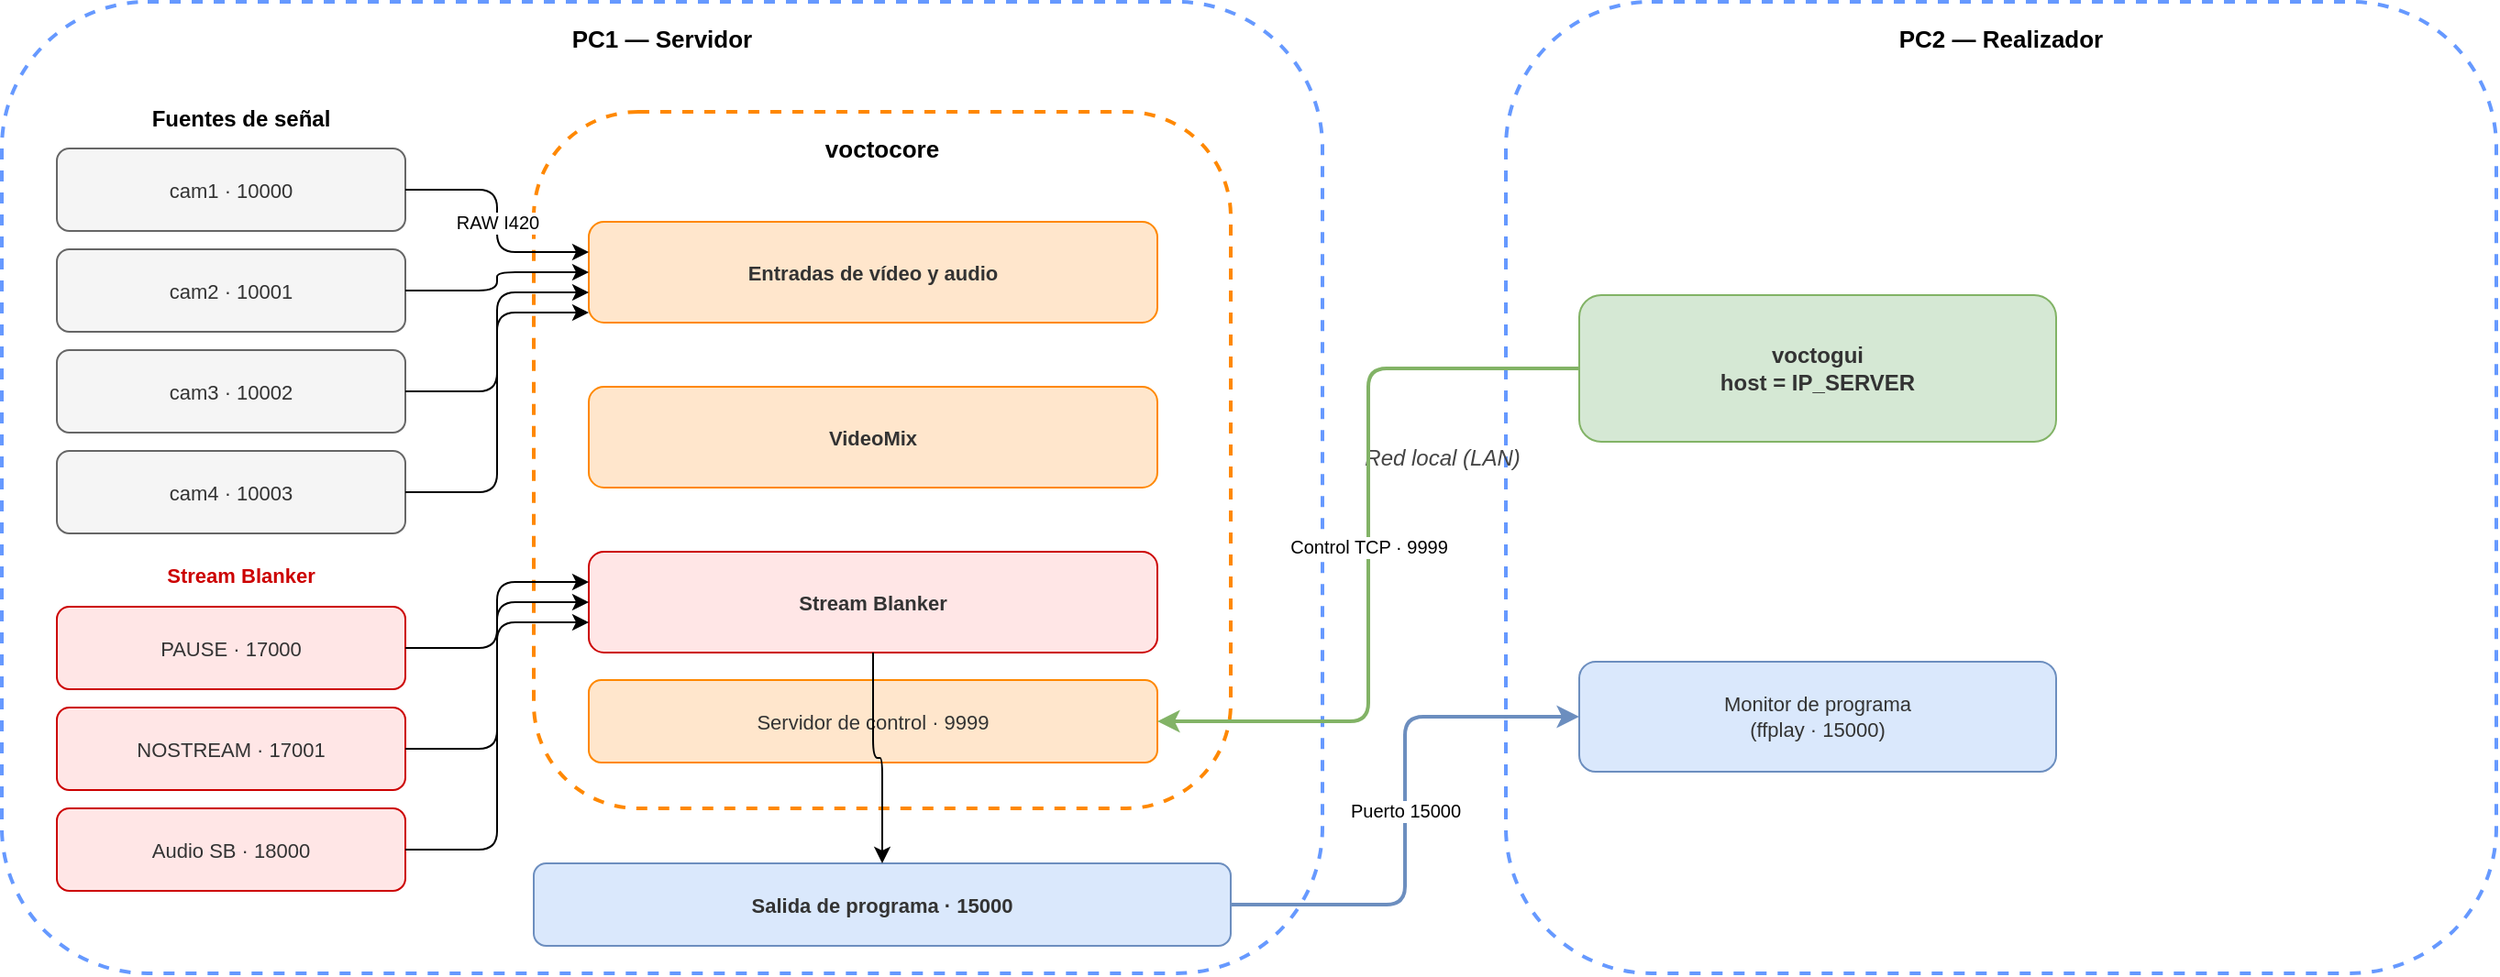
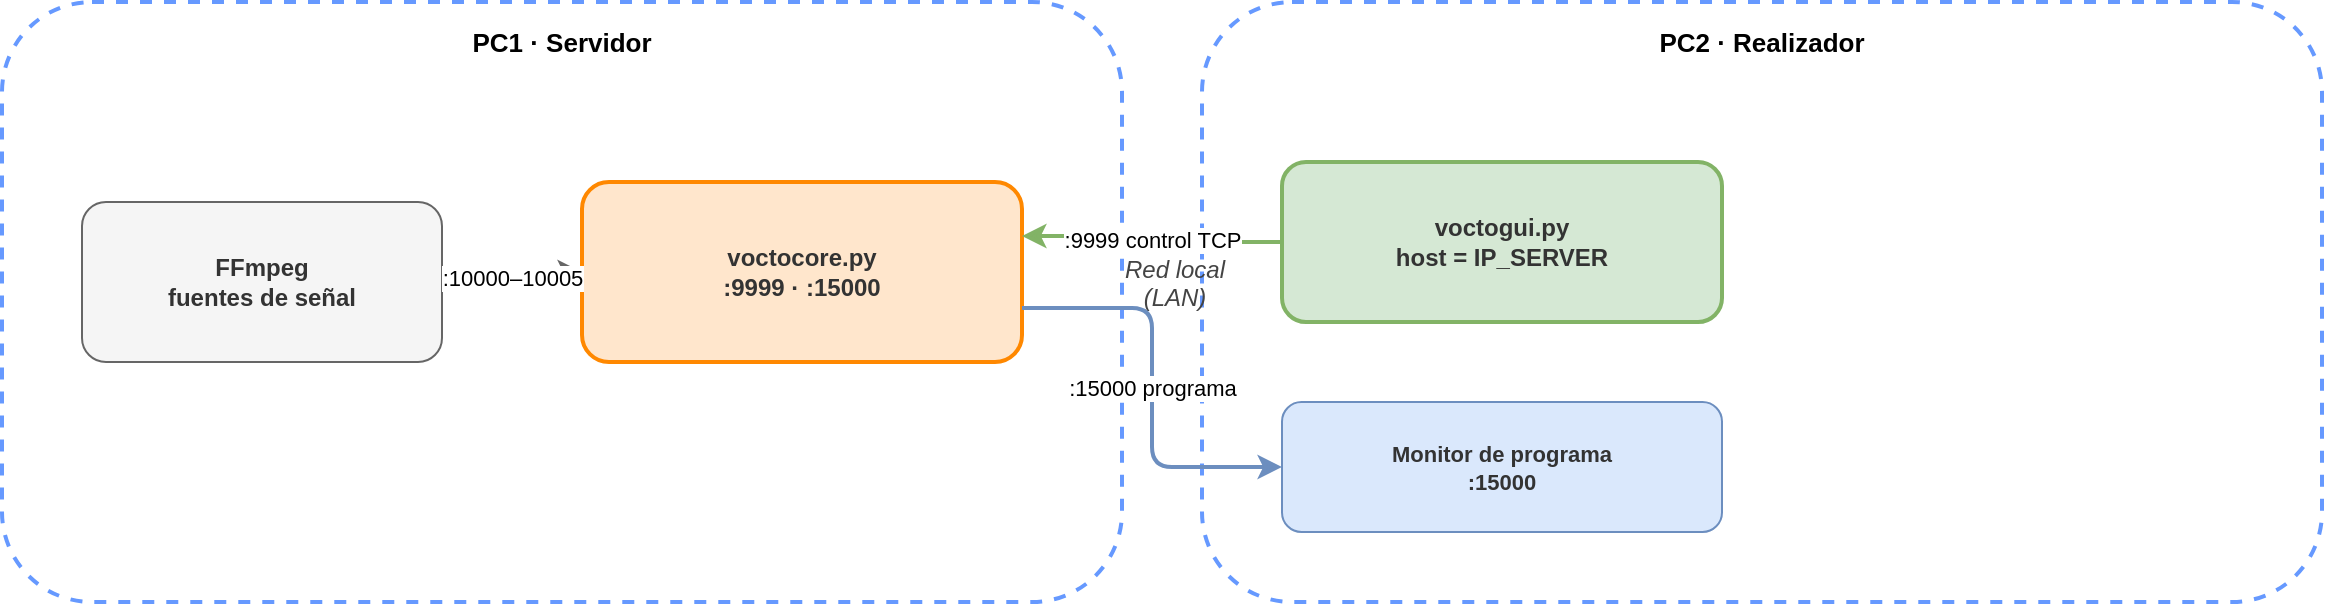
<mxfile host="app.diagrams.net">
  <diagram id="escenario_2pc" name="Escenario 2 PCs">
-     <mxGraphModel dx="1400" dy="680" grid="1" gridSize="10" guides="1" tooltips="1" connect="1" arrows="1" fold="1" page="1" pageScale="1" pageWidth="1400" pageHeight="580" math="0" shadow="0">
+     <mxGraphModel dx="1200" dy="380" grid="1" gridSize="10" guides="1" tooltips="1" connect="1" arrows="1" fold="1" page="1" pageScale="1" pageWidth="1200" pageHeight="340" math="0" shadow="0">
      <root>
        <mxCell id="0"/>
        <mxCell id="1" parent="0"/>

-         <!-- ── PC1 container ── -->
-         <mxCell id="pc1_box" value="PC1 — Servidor" style="rounded=1;whiteSpace=wrap;html=1;fillColor=none;strokeColor=#6699FF;strokeWidth=2;dashed=1;fontSize=13;fontStyle=1;verticalAlign=top;spacingTop=6;align=center;" vertex="1" parent="1">
-           <mxGeometry x="20" y="20" width="720" height="530" as="geometry"/>
+         <!-- PC1 container -->
+         <mxCell id="pc1" value="PC1 · Servidor" style="rounded=1;whiteSpace=wrap;html=1;fillColor=none;strokeColor=#6699FF;strokeWidth=2;dashed=1;fontSize=13;fontStyle=1;verticalAlign=top;spacingTop=6;align=center;" vertex="1" parent="1">
+           <mxGeometry x="20" y="20" width="560" height="300" as="geometry"/>
        </mxCell>

-         <!-- ── PC2 container ── -->
-         <mxCell id="pc2_box" value="PC2 — Realizador" style="rounded=1;whiteSpace=wrap;html=1;fillColor=none;strokeColor=#6699FF;strokeWidth=2;dashed=1;fontSize=13;fontStyle=1;verticalAlign=top;spacingTop=6;align=center;" vertex="1" parent="1">
-           <mxGeometry x="840" y="20" width="540" height="530" as="geometry"/>
+         <!-- PC2 container -->
+         <mxCell id="pc2" value="PC2 · Realizador" style="rounded=1;whiteSpace=wrap;html=1;fillColor=none;strokeColor=#6699FF;strokeWidth=2;dashed=1;fontSize=13;fontStyle=1;verticalAlign=top;spacingTop=6;align=center;" vertex="1" parent="1">
+           <mxGeometry x="620" y="20" width="560" height="300" as="geometry"/>
        </mxCell>

-         <!-- ── SECTION LABELS PC1 ── -->
-         <mxCell id="lbl_fuentes" value="Fuentes de señal" style="text;html=1;align=center;fontStyle=1;fontSize=12;" vertex="1" parent="1">
-           <mxGeometry x="50" y="70" width="200" height="20" as="geometry"/>
-         </mxCell>
-         <mxCell id="lbl_sb_title" value="Stream Blanker" style="text;html=1;align=center;fontStyle=1;fontSize=11;fontColor=#CC0000;" vertex="1" parent="1">
-           <mxGeometry x="50" y="320" width="200" height="20" as="geometry"/>
+         <!-- FFmpeg sources (PC1) -->
+         <mxCell id="ffmpeg" value="FFmpeg&#xa;fuentes de señal" style="rounded=1;whiteSpace=wrap;html=1;fillColor=#f5f5f5;strokeColor=#666666;fontColor=#333333;fontSize=12;fontStyle=1;" vertex="1" parent="1">
+           <mxGeometry x="60" y="120" width="180" height="80" as="geometry"/>
        </mxCell>

-         <!-- ── CAMERA SOURCES (PC1) ── -->
-         <mxCell id="cam1" value="cam1 · 10000" style="rounded=1;whiteSpace=wrap;html=1;fillColor=#f5f5f5;strokeColor=#666666;fontColor=#333333;fontSize=11;" vertex="1" parent="1">
-           <mxGeometry x="50" y="100" width="190" height="45" as="geometry"/>
-         </mxCell>
-         <mxCell id="cam2" value="cam2 · 10001" style="rounded=1;whiteSpace=wrap;html=1;fillColor=#f5f5f5;strokeColor=#666666;fontColor=#333333;fontSize=11;" vertex="1" parent="1">
-           <mxGeometry x="50" y="155" width="190" height="45" as="geometry"/>
-         </mxCell>
-         <mxCell id="cam3" value="cam3 · 10002" style="rounded=1;whiteSpace=wrap;html=1;fillColor=#f5f5f5;strokeColor=#666666;fontColor=#333333;fontSize=11;" vertex="1" parent="1">
-           <mxGeometry x="50" y="210" width="190" height="45" as="geometry"/>
-         </mxCell>
-         <mxCell id="cam4" value="cam4 · 10003" style="rounded=1;whiteSpace=wrap;html=1;fillColor=#f5f5f5;strokeColor=#666666;fontColor=#333333;fontSize=11;" vertex="1" parent="1">
-           <mxGeometry x="50" y="265" width="190" height="45" as="geometry"/>
+         <!-- voctocore (PC1) -->
+         <mxCell id="voctocore" value="voctocore.py&#xa;:9999 · :15000" style="rounded=1;whiteSpace=wrap;html=1;fillColor=#FFE6CC;strokeColor=#FF8800;fontColor=#333333;fontSize=12;fontStyle=1;strokeWidth=2;" vertex="1" parent="1">
+           <mxGeometry x="310" y="110" width="220" height="90" as="geometry"/>
        </mxCell>

-         <!-- ── STREAM BLANKER SOURCES (PC1) ── -->
-         <mxCell id="sb_pause" value="PAUSE · 17000" style="rounded=1;whiteSpace=wrap;html=1;fillColor=#ffe6e6;strokeColor=#CC0000;fontColor=#333333;fontSize=11;" vertex="1" parent="1">
-           <mxGeometry x="50" y="350" width="190" height="45" as="geometry"/>
-         </mxCell>
-         <mxCell id="sb_nostream" value="NOSTREAM · 17001" style="rounded=1;whiteSpace=wrap;html=1;fillColor=#ffe6e6;strokeColor=#CC0000;fontColor=#333333;fontSize=11;" vertex="1" parent="1">
-           <mxGeometry x="50" y="405" width="190" height="45" as="geometry"/>
-         </mxCell>
-         <mxCell id="sb_audio" value="Audio SB · 18000" style="rounded=1;whiteSpace=wrap;html=1;fillColor=#ffe6e6;strokeColor=#CC0000;fontColor=#333333;fontSize=11;" vertex="1" parent="1">
-           <mxGeometry x="50" y="460" width="190" height="45" as="geometry"/>
+         <!-- voctogui (PC2) -->
+         <mxCell id="voctogui" value="voctogui.py&#xa;host = IP_SERVER" style="rounded=1;whiteSpace=wrap;html=1;fillColor=#d5e8d4;strokeColor=#82b366;fontColor=#333333;fontSize=12;fontStyle=1;strokeWidth=2;" vertex="1" parent="1">
+           <mxGeometry x="660" y="100" width="220" height="80" as="geometry"/>
        </mxCell>

-         <!-- ── VOCTOCORE (PC1) ── -->
-         <mxCell id="voctocore_box" value="voctocore" style="rounded=1;whiteSpace=wrap;html=1;fillColor=none;strokeColor=#FF8800;strokeWidth=2;dashed=1;fontSize=13;fontStyle=1;verticalAlign=top;spacingTop=6;" vertex="1" parent="1">
-           <mxGeometry x="310" y="80" width="380" height="380" as="geometry"/>
-         </mxCell>
-         <mxCell id="av_inputs" value="Entradas de vídeo y audio" style="rounded=1;whiteSpace=wrap;html=1;fillColor=#FFE6CC;strokeColor=#FF8800;fontColor=#333333;fontSize=11;fontStyle=1;" vertex="1" parent="1">
-           <mxGeometry x="340" y="140" width="310" height="55" as="geometry"/>
-         </mxCell>
-         <mxCell id="vmix" value="VideoMix" style="rounded=1;whiteSpace=wrap;html=1;fillColor=#FFE6CC;strokeColor=#FF8800;fontColor=#333333;fontSize=11;fontStyle=1;" vertex="1" parent="1">
-           <mxGeometry x="340" y="230" width="310" height="55" as="geometry"/>
-         </mxCell>
-         <mxCell id="sb_module" value="Stream Blanker" style="rounded=1;whiteSpace=wrap;html=1;fillColor=#ffe6e6;strokeColor=#CC0000;fontColor=#333333;fontSize=11;fontStyle=1;" vertex="1" parent="1">
-           <mxGeometry x="340" y="320" width="310" height="55" as="geometry"/>
-         </mxCell>
-         <mxCell id="ctrl_server" value="Servidor de control · 9999" style="rounded=1;whiteSpace=wrap;html=1;fillColor=#FFE6CC;strokeColor=#FF8800;fontColor=#333333;fontSize=11;" vertex="1" parent="1">
-           <mxGeometry x="340" y="390" width="310" height="45" as="geometry"/>
+         <!-- Monitor (PC2) -->
+         <mxCell id="monitor" value="Monitor de programa&#xa;:15000" style="rounded=1;whiteSpace=wrap;html=1;fillColor=#dae8fc;strokeColor=#6c8ebf;fontColor=#333333;fontSize=11;fontStyle=1;" vertex="1" parent="1">
+           <mxGeometry x="660" y="220" width="220" height="65" as="geometry"/>
        </mxCell>

-         <!-- ── SALIDA PROGRAMA (PC1) ── -->
-         <mxCell id="out_program" value="Salida de programa · 15000" style="rounded=1;whiteSpace=wrap;html=1;fillColor=#dae8fc;strokeColor=#6c8ebf;fontColor=#333333;fontSize=11;fontStyle=1;" vertex="1" parent="1">
-           <mxGeometry x="310" y="490" width="380" height="45" as="geometry"/>
+         <!-- LAN label -->
+         <mxCell id="lan" value="Red local&#xa;(LAN)" style="text;html=1;align=center;fontStyle=2;fontSize=12;fontColor=#444444;" vertex="1" parent="1">
+           <mxGeometry x="566" y="140" width="80" height="40" as="geometry"/>
        </mxCell>

-         <!-- ── VOCTOGUI (PC2) ── -->
-         <mxCell id="voctogui" value="voctogui&#xa;host = IP_SERVER" style="rounded=1;whiteSpace=wrap;html=1;fillColor=#d5e8d4;strokeColor=#82b366;fontColor=#333333;fontSize=12;fontStyle=1;" vertex="1" parent="1">
-           <mxGeometry x="880" y="180" width="260" height="80" as="geometry"/>
-         </mxCell>
- 
-         <!-- ── MONITOR PROGRAMA (PC2) ── -->
-         <mxCell id="monitor" value="Monitor de programa&#xa;(ffplay · 15000)" style="rounded=1;whiteSpace=wrap;html=1;fillColor=#dae8fc;strokeColor=#6c8ebf;fontColor=#333333;fontSize=11;" vertex="1" parent="1">
-           <mxGeometry x="880" y="380" width="260" height="60" as="geometry"/>
-         </mxCell>
- 
-         <!-- ── LAN LABEL ── -->
-         <mxCell id="lan_label" value="Red local (LAN)" style="text;html=1;align=center;fontStyle=2;fontSize=12;fontColor=#444444;" vertex="1" parent="1">
-           <mxGeometry x="750" y="255" width="110" height="20" as="geometry"/>
-         </mxCell>
- 
-         <!-- ── ARROWS: sources → voctocore ── -->
-         <mxCell id="a1" value="RAW I420" style="edgeStyle=orthogonalEdgeStyle;html=1;fontSize=10;exitX=1;exitY=0.5;exitDx=0;exitDy=0;entryX=0;entryY=0.3;entryDx=0;entryDy=0;" edge="1" source="cam1" target="av_inputs" parent="1">
-           <mxGeometry relative="1" as="geometry"/>
-         </mxCell>
-         <mxCell id="a2" value="" style="edgeStyle=orthogonalEdgeStyle;html=1;exitX=1;exitY=0.5;exitDx=0;exitDy=0;entryX=0;entryY=0.5;entryDx=0;entryDy=0;" edge="1" source="cam2" target="av_inputs" parent="1">
-           <mxGeometry relative="1" as="geometry"/>
-         </mxCell>
-         <mxCell id="a3" value="" style="edgeStyle=orthogonalEdgeStyle;html=1;exitX=1;exitY=0.5;exitDx=0;exitDy=0;entryX=0;entryY=0.7;entryDx=0;entryDy=0;" edge="1" source="cam3" target="av_inputs" parent="1">
-           <mxGeometry relative="1" as="geometry"/>
-         </mxCell>
-         <mxCell id="a4" value="" style="edgeStyle=orthogonalEdgeStyle;html=1;exitX=1;exitY=0.5;exitDx=0;exitDy=0;entryX=0;entryY=0.9;entryDx=0;entryDy=0;" edge="1" source="cam4" target="av_inputs" parent="1">
-           <mxGeometry relative="1" as="geometry"/>
-         </mxCell>
-         <mxCell id="a_sb1" value="" style="edgeStyle=orthogonalEdgeStyle;html=1;exitX=1;exitY=0.5;exitDx=0;exitDy=0;entryX=0;entryY=0.3;entryDx=0;entryDy=0;" edge="1" source="sb_pause" target="sb_module" parent="1">
-           <mxGeometry relative="1" as="geometry"/>
-         </mxCell>
-         <mxCell id="a_sb2" value="" style="edgeStyle=orthogonalEdgeStyle;html=1;exitX=1;exitY=0.5;exitDx=0;exitDy=0;entryX=0;entryY=0.5;entryDx=0;entryDy=0;" edge="1" source="sb_nostream" target="sb_module" parent="1">
-           <mxGeometry relative="1" as="geometry"/>
-         </mxCell>
-         <mxCell id="a_sb3" value="" style="edgeStyle=orthogonalEdgeStyle;html=1;exitX=1;exitY=0.5;exitDx=0;exitDy=0;entryX=0;entryY=0.7;entryDx=0;entryDy=0;" edge="1" source="sb_audio" target="sb_module" parent="1">
+         <!-- Arrow: FFmpeg → voctocore -->
+         <mxCell id="a1" value=":10000–10005" style="edgeStyle=orthogonalEdgeStyle;html=1;fontSize=11;strokeWidth=2;strokeColor=#666666;exitX=1;exitY=0.5;exitDx=0;exitDy=0;entryX=0;entryY=0.5;entryDx=0;entryDy=0;" edge="1" source="ffmpeg" target="voctocore" parent="1">
          <mxGeometry relative="1" as="geometry"/>
        </mxCell>

-         <!-- ── ARROWS: voctocore → salida programa ── -->
-         <mxCell id="a_prog" value="" style="edgeStyle=orthogonalEdgeStyle;html=1;fontSize=10;" edge="1" source="sb_module" target="out_program" parent="1">
+         <!-- Arrow: voctogui → voctocore (control, LAN) -->
+         <mxCell id="a2" value=":9999 control TCP" style="edgeStyle=orthogonalEdgeStyle;html=1;fontSize=11;strokeWidth=2;strokeColor=#82b366;exitX=0;exitY=0.5;exitDx=0;exitDy=0;entryX=1;entryY=0.3;entryDx=0;entryDy=0;" edge="1" source="voctogui" target="voctocore" parent="1">
          <mxGeometry relative="1" as="geometry"/>
        </mxCell>

-         <!-- ── ARROWS: voctogui → voctocore (LAN) ── -->
-         <mxCell id="a_ctrl" value="Control TCP · 9999" style="edgeStyle=orthogonalEdgeStyle;html=1;fontSize=10;strokeColor=#82b366;strokeWidth=2;exitX=0;exitY=0.5;exitDx=0;exitDy=0;entryX=1;entryY=0.5;entryDx=0;entryDy=0;" edge="1" source="voctogui" target="ctrl_server" parent="1">
-           <mxGeometry relative="1" as="geometry"/>
-         </mxCell>
- 
-         <!-- ── ARROW: salida programa → monitor (LAN) ── -->
-         <mxCell id="a_mon" value="Puerto 15000" style="edgeStyle=orthogonalEdgeStyle;html=1;fontSize=10;strokeColor=#6c8ebf;strokeWidth=2;exitX=1;exitY=0.5;exitDx=0;exitDy=0;entryX=0;entryY=0.5;entryDx=0;entryDy=0;" edge="1" source="out_program" target="monitor" parent="1">
+         <!-- Arrow: voctocore → monitor (program, LAN) -->
+         <mxCell id="a3" value=":15000 programa" style="edgeStyle=orthogonalEdgeStyle;html=1;fontSize=11;strokeWidth=2;strokeColor=#6c8ebf;exitX=1;exitY=0.7;exitDx=0;exitDy=0;entryX=0;entryY=0.5;entryDx=0;entryDy=0;" edge="1" source="voctocore" target="monitor" parent="1">
          <mxGeometry relative="1" as="geometry"/>
        </mxCell>

      </root>
    </mxGraphModel>
  </diagram>
</mxfile>
